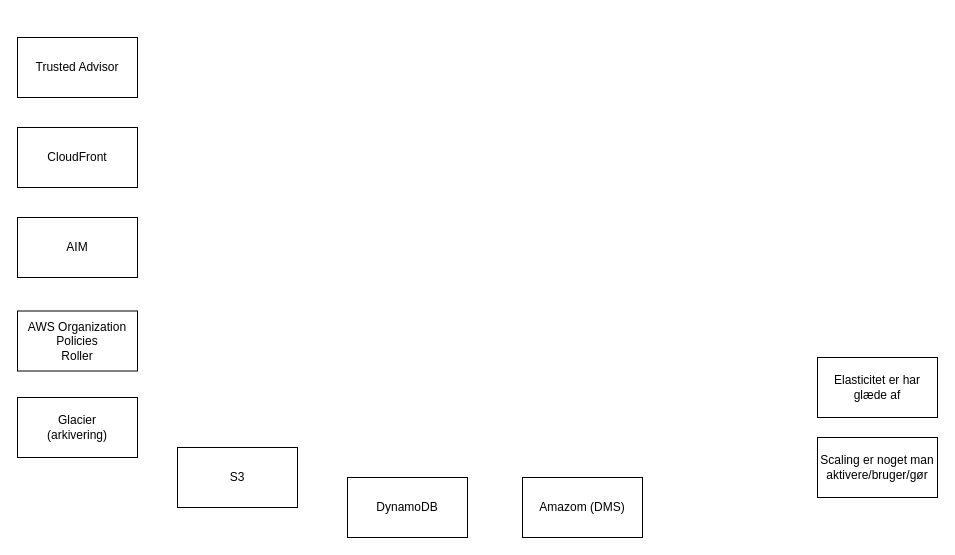
This is Terms.drawio from Zaladk/drawio, a draw.io file, before an edit. Source tidied: cells renumbered, new cells numbered last; positions are measured from the earlier drawing's top-left corner, leaving out a move shared by most shapes. Both pictures are drawn from the tidied source at 100%, with x=0, y=0 at pixel (17, 37).
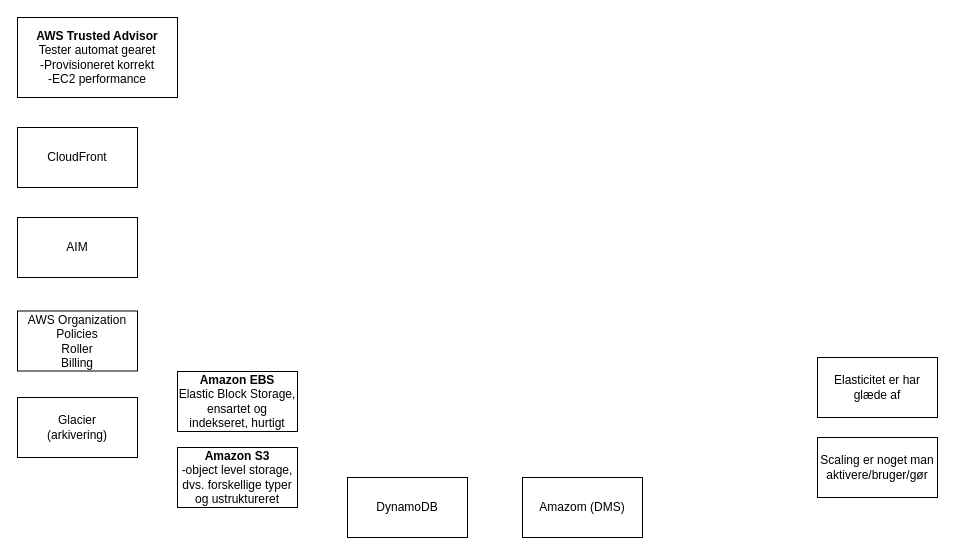
The same diagram, later.

Diff of the diagram source:
```diff
@@
 <mxGraphModel>
   <root>
     <mxCell id="0" />
     <mxCell id="1" parent="0" />
     <mxCell id="2" value="AIM" style="rounded=0;whiteSpace=wrap;html=1;" parent="1" vertex="1">
       <mxGeometry y="180" width="120" height="60" as="geometry" />
     </mxCell>
-    <mxCell id="3" value="Trusted Advisor" style="rounded=0;whiteSpace=wrap;html=1;" parent="1" vertex="1">
-      <mxGeometry width="120" height="60" as="geometry" />
+    <mxCell id="3" value="&lt;b&gt;AWS Trusted Advisor&lt;/b&gt;&lt;div&gt;Tester automat gearet&lt;/div&gt;&lt;div&gt;-Provisioneret korrekt&lt;/div&gt;&lt;div&gt;-EC2 performance&lt;/div&gt;" style="rounded=0;whiteSpace=wrap;html=1;" parent="1" vertex="1">
+      <mxGeometry y="-20" width="160" height="80" as="geometry" />
     </mxCell>
     <mxCell id="4" value="CloudFront" style="rounded=0;whiteSpace=wrap;html=1;" parent="1" vertex="1">
       <mxGeometry y="90" width="120" height="60" as="geometry" />
     </mxCell>
-    <mxCell id="5" value="AWS Organization&lt;div&gt;Policies&lt;/div&gt;&lt;div&gt;Roller&lt;/div&gt;" style="rounded=0;whiteSpace=wrap;html=1;" parent="1" vertex="1">
+    <mxCell id="5" value="AWS Organization&lt;div&gt;Policies&lt;/div&gt;&lt;div&gt;Roller&lt;/div&gt;&lt;div&gt;Billing&lt;/div&gt;" style="rounded=0;whiteSpace=wrap;html=1;" parent="1" vertex="1">
       <mxGeometry y="273.5" width="120" height="60" as="geometry" />
     </mxCell>
     <mxCell id="6" value="Glacier&lt;div&gt;(arkivering)&lt;/div&gt;" style="rounded=0;whiteSpace=wrap;html=1;" parent="1" vertex="1">
       <mxGeometry y="360" width="120" height="60" as="geometry" />
     </mxCell>
-    <mxCell id="7" value="S3" style="rounded=0;whiteSpace=wrap;html=1;" parent="1" vertex="1">
+    <mxCell id="7" value="&lt;b&gt;Amazon&amp;nbsp;&lt;/b&gt;&lt;b style=&quot;background-color: transparent; color: light-dark(rgb(0, 0, 0), rgb(255, 255, 255));&quot;&gt;S3&lt;/b&gt;&lt;div&gt;&lt;div&gt;-object level storage, dvs. forskellige typer og ustruktureret&lt;/div&gt;&lt;/div&gt;" style="rounded=0;whiteSpace=wrap;html=1;" parent="1" vertex="1">
       <mxGeometry x="160" y="410" width="120" height="60" as="geometry" />
     </mxCell>
     <mxCell id="8" value="DynamoDB" style="rounded=0;whiteSpace=wrap;html=1;" parent="1" vertex="1">
       <mxGeometry x="330" y="440" width="120" height="60" as="geometry" />
     </mxCell>
     <mxCell id="9" value="Amazom (DMS)" style="rounded=0;whiteSpace=wrap;html=1;" parent="1" vertex="1">
       <mxGeometry x="505" y="440" width="120" height="60" as="geometry" />
     </mxCell>
     <mxCell id="10" value="Elasticitet er har glæde af" style="rounded=0;whiteSpace=wrap;html=1;" parent="1" vertex="1">
       <mxGeometry x="800" y="320" width="120" height="60" as="geometry" />
     </mxCell>
     <mxCell id="11" value="Scaling er noget man aktivere/bruger/gør" style="rounded=0;whiteSpace=wrap;html=1;" parent="1" vertex="1">
       <mxGeometry x="800" y="400" width="120" height="60" as="geometry" />
     </mxCell>
+    <mxCell id="12" value="&lt;b&gt;Amazon EBS&lt;/b&gt;&lt;div&gt;Elastic Block Storage, ensartet og indekseret, hurtigt&lt;/div&gt;" style="rounded=0;whiteSpace=wrap;html=1;" parent="1" vertex="1">
+      <mxGeometry x="160" y="334" width="120" height="60" as="geometry" />
+    </mxCell>
   </root>
 </mxGraphModel>
```
